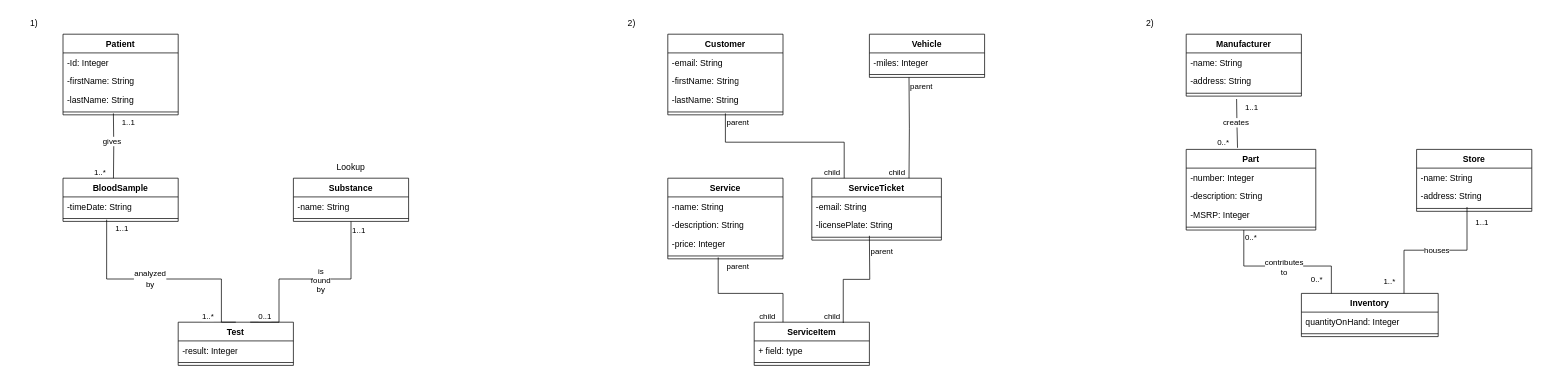
This is Midterm 1 Sample Exam.drawio from Cole-Hartman/database-UML, a draw.io file, before an edit. Source tidied: cells renumbered, new cells numbered last; positions are measured from the earlier drawing's top-left corner, leaving out a move shared by most shapes. Both pictures are drawn from the tidied source at 72%, with x=0, y=0 at pixel (12, 12).
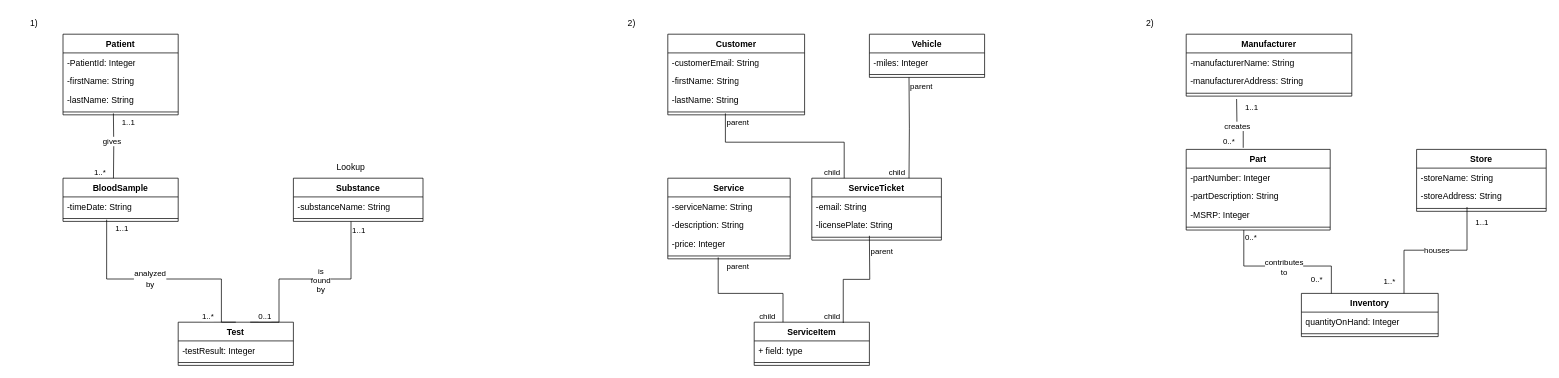
The same page after the edit.

Unchanged cells that the change refers to:
```xml
<mxCell id="3" value="Patient" style="swimlane;fontStyle=1;align=center;verticalAlign=top;horizontal=1;startSize=26;whiteSpace=wrap;html=1;" parent="1" vertex="1">
  <mxGeometry x="70" y="30" width="160" height="112" as="geometry" />
</mxCell>
<mxCell id="14" value="Test" style="swimlane;fontStyle=1;align=center;verticalAlign=top;horizontal=1;startSize=26;whiteSpace=wrap;html=1;" parent="1" vertex="1">
  <mxGeometry x="230" y="430" width="160" height="60" as="geometry" />
</mxCell>
```

Change to the diagram source:
```diff
@@
-    <mxCell id="4" value="-Id: Integer" style="text;strokeColor=none;fillColor=none;align=left;verticalAlign=top;spacingLeft=4;spacingRight=4;overflow=hidden;whiteSpace=wrap;html=1;" parent="3" vertex="1">
+    <mxCell id="4" value="-PatientId: Integer" style="text;strokeColor=none;fillColor=none;align=left;verticalAlign=top;spacingLeft=4;spacingRight=4;overflow=hidden;whiteSpace=wrap;html=1;" parent="3" vertex="1">
       <mxGeometry y="26" width="160" height="26" as="geometry" />
     </mxCell>
@@
     <mxCell id="11" value="Substance" style="swimlane;fontStyle=1;align=center;verticalAlign=top;horizontal=1;startSize=26;whiteSpace=wrap;html=1;" parent="1" vertex="1">
-      <mxGeometry x="390" y="230" width="160" height="60" as="geometry" />
+      <mxGeometry x="390" y="230" width="180" height="60" as="geometry" />
     </mxCell>
-    <mxCell id="12" value="-name: String" style="text;strokeColor=none;fillColor=none;align=left;verticalAlign=top;spacingLeft=4;spacingRight=4;overflow=hidden;whiteSpace=wrap;html=1;" parent="11" vertex="1">
-      <mxGeometry y="26" width="160" height="26" as="geometry" />
+    <mxCell id="12" value="-substanceName: String" style="text;strokeColor=none;fillColor=none;align=left;verticalAlign=top;spacingLeft=4;spacingRight=4;overflow=hidden;whiteSpace=wrap;html=1;" parent="11" vertex="1">
+      <mxGeometry y="26" width="180" height="26" as="geometry" />
     </mxCell>
     <mxCell id="13" style="line;strokeWidth=1;fillColor=none;align=left;verticalAlign=middle;spacingTop=-1;spacingLeft=3;spacingRight=3;labelPosition=right;strokeColor=inherit;" parent="11" vertex="1">
-      <mxGeometry y="52" width="160" height="8" as="geometry" />
+      <mxGeometry y="52" width="180" height="8" as="geometry" />
     </mxCell>
@@
-    <mxCell id="15" value="-result: Integer" style="text;strokeColor=none;fillColor=none;align=left;verticalAlign=top;spacingLeft=4;spacingRight=4;overflow=hidden;whiteSpace=wrap;html=1;" parent="14" vertex="1">
+    <mxCell id="15" value="-testResult: Integer" style="text;strokeColor=none;fillColor=none;align=left;verticalAlign=top;spacingLeft=4;spacingRight=4;overflow=hidden;whiteSpace=wrap;html=1;" parent="14" vertex="1">
       <mxGeometry y="26" width="160" height="26" as="geometry" />
     </mxCell>
@@
     <mxCell id="31" value="Customer" style="swimlane;fontStyle=1;align=center;verticalAlign=top;horizontal=1;startSize=26;whiteSpace=wrap;html=1;" parent="1" vertex="1">
-      <mxGeometry x="910" y="30" width="160" height="112" as="geometry" />
+      <mxGeometry x="910" y="30" width="190" height="112" as="geometry" />
     </mxCell>
-    <mxCell id="32" value="-email: String" style="text;strokeColor=none;fillColor=none;align=left;verticalAlign=top;spacingLeft=4;spacingRight=4;overflow=hidden;whiteSpace=wrap;html=1;" parent="31" vertex="1">
-      <mxGeometry y="26" width="160" height="26" as="geometry" />
+    <mxCell id="32" value="-customerEmail: String" style="text;strokeColor=none;fillColor=none;align=left;verticalAlign=top;spacingLeft=4;spacingRight=4;overflow=hidden;whiteSpace=wrap;html=1;" parent="31" vertex="1">
+      <mxGeometry y="26" width="190" height="26" as="geometry" />
     </mxCell>
     <mxCell id="33" value="-firstName: String" style="text;strokeColor=none;fillColor=none;align=left;verticalAlign=top;spacingLeft=4;spacingRight=4;overflow=hidden;whiteSpace=wrap;html=1;" parent="31" vertex="1">
-      <mxGeometry y="52" width="160" height="26" as="geometry" />
+      <mxGeometry y="52" width="190" height="26" as="geometry" />
     </mxCell>
     <mxCell id="34" value="-lastName: String" style="text;strokeColor=none;fillColor=none;align=left;verticalAlign=top;spacingLeft=4;spacingRight=4;overflow=hidden;whiteSpace=wrap;html=1;" parent="31" vertex="1">
-      <mxGeometry y="78" width="160" height="26" as="geometry" />
+      <mxGeometry y="78" width="190" height="26" as="geometry" />
     </mxCell>
     <mxCell id="35" style="line;strokeWidth=1;fillColor=none;align=left;verticalAlign=middle;spacingTop=-1;spacingLeft=3;spacingRight=3;labelPosition=right;strokeColor=inherit;" parent="31" vertex="1">
-      <mxGeometry y="104" width="160" height="8" as="geometry" />
+      <mxGeometry y="104" width="190" height="8" as="geometry" />
     </mxCell>
@@
     <mxCell id="40" value="Service" style="swimlane;fontStyle=1;align=center;verticalAlign=top;horizontal=1;startSize=26;whiteSpace=wrap;html=1;" parent="1" vertex="1">
-      <mxGeometry x="910" y="230" width="160" height="112" as="geometry" />
+      <mxGeometry x="910" y="230" width="170" height="112" as="geometry" />
     </mxCell>
-    <mxCell id="41" value="-name: String" style="text;strokeColor=none;fillColor=none;align=left;verticalAlign=top;spacingLeft=4;spacingRight=4;overflow=hidden;whiteSpace=wrap;html=1;" parent="40" vertex="1">
-      <mxGeometry y="26" width="160" height="26" as="geometry" />
+    <mxCell id="41" value="-serviceName: String" style="text;strokeColor=none;fillColor=none;align=left;verticalAlign=top;spacingLeft=4;spacingRight=4;overflow=hidden;whiteSpace=wrap;html=1;" parent="40" vertex="1">
+      <mxGeometry y="26" width="170" height="26" as="geometry" />
     </mxCell>
     <mxCell id="42" value="-description: String" style="text;strokeColor=none;fillColor=none;align=left;verticalAlign=top;spacingLeft=4;spacingRight=4;overflow=hidden;whiteSpace=wrap;html=1;" parent="40" vertex="1">
-      <mxGeometry y="52" width="160" height="26" as="geometry" />
+      <mxGeometry y="52" width="170" height="26" as="geometry" />
     </mxCell>
     <mxCell id="43" value="-price: Integer" style="text;strokeColor=none;fillColor=none;align=left;verticalAlign=top;spacingLeft=4;spacingRight=4;overflow=hidden;whiteSpace=wrap;html=1;" parent="40" vertex="1">
-      <mxGeometry y="78" width="160" height="26" as="geometry" />
+      <mxGeometry y="78" width="170" height="26" as="geometry" />
     </mxCell>
     <mxCell id="44" style="line;strokeWidth=1;fillColor=none;align=left;verticalAlign=middle;spacingTop=-1;spacingLeft=3;spacingRight=3;labelPosition=right;strokeColor=inherit;" parent="40" vertex="1">
-      <mxGeometry y="104" width="160" height="8" as="geometry" />
+      <mxGeometry y="104" width="170" height="8" as="geometry" />
     </mxCell>
@@
     <mxCell id="64" value="Manufacturer" style="swimlane;fontStyle=1;align=center;verticalAlign=top;horizontal=1;startSize=26;whiteSpace=wrap;html=1;" parent="1" vertex="1">
-      <mxGeometry x="1630" y="30" width="160" height="86" as="geometry" />
+      <mxGeometry x="1630" y="30" width="230" height="86" as="geometry" />
     </mxCell>
-    <mxCell id="65" value="-name: String" style="text;strokeColor=none;fillColor=none;align=left;verticalAlign=top;spacingLeft=4;spacingRight=4;overflow=hidden;whiteSpace=wrap;html=1;" parent="64" vertex="1">
-      <mxGeometry y="26" width="160" height="26" as="geometry" />
+    <mxCell id="65" value="-manufacturerName: String" style="text;strokeColor=none;fillColor=none;align=left;verticalAlign=top;spacingLeft=4;spacingRight=4;overflow=hidden;whiteSpace=wrap;html=1;" parent="64" vertex="1">
+      <mxGeometry y="26" width="230" height="26" as="geometry" />
     </mxCell>
-    <mxCell id="66" value="-address: String" style="text;strokeColor=none;fillColor=none;align=left;verticalAlign=top;spacingLeft=4;spacingRight=4;overflow=hidden;whiteSpace=wrap;html=1;" parent="64" vertex="1">
-      <mxGeometry y="52" width="160" height="26" as="geometry" />
+    <mxCell id="66" value="-manufacturerAddress: String" style="text;strokeColor=none;fillColor=none;align=left;verticalAlign=top;spacingLeft=4;spacingRight=4;overflow=hidden;whiteSpace=wrap;html=1;" parent="64" vertex="1">
+      <mxGeometry y="52" width="230" height="26" as="geometry" />
     </mxCell>
     <mxCell id="67" style="line;strokeWidth=1;fillColor=none;align=left;verticalAlign=middle;spacingTop=-1;spacingLeft=3;spacingRight=3;labelPosition=right;strokeColor=inherit;" parent="64" vertex="1">
-      <mxGeometry y="78" width="160" height="8" as="geometry" />
+      <mxGeometry y="78" width="230" height="8" as="geometry" />
     </mxCell>
     <mxCell id="68" value="Part" style="swimlane;fontStyle=1;align=center;verticalAlign=top;horizontal=1;startSize=26;whiteSpace=wrap;html=1;" parent="1" vertex="1">
-      <mxGeometry x="1630" y="190" width="180" height="112" as="geometry" />
+      <mxGeometry x="1630" y="190" width="200" height="112" as="geometry" />
     </mxCell>
-    <mxCell id="69" value="-number: Integer" style="text;strokeColor=none;fillColor=none;align=left;verticalAlign=top;spacingLeft=4;spacingRight=4;overflow=hidden;whiteSpace=wrap;html=1;" parent="68" vertex="1">
-      <mxGeometry y="26" width="180" height="26" as="geometry" />
+    <mxCell id="69" value="-partNumber: Integer" style="text;strokeColor=none;fillColor=none;align=left;verticalAlign=top;spacingLeft=4;spacingRight=4;overflow=hidden;whiteSpace=wrap;html=1;" parent="68" vertex="1">
+      <mxGeometry y="26" width="200" height="26" as="geometry" />
     </mxCell>
-    <mxCell id="70" value="-description: String" style="text;strokeColor=none;fillColor=none;align=left;verticalAlign=top;spacingLeft=4;spacingRight=4;overflow=hidden;whiteSpace=wrap;html=1;" parent="68" vertex="1">
-      <mxGeometry y="52" width="180" height="26" as="geometry" />
+    <mxCell id="70" value="-partDescription: String" style="text;strokeColor=none;fillColor=none;align=left;verticalAlign=top;spacingLeft=4;spacingRight=4;overflow=hidden;whiteSpace=wrap;html=1;" parent="68" vertex="1">
+      <mxGeometry y="52" width="200" height="26" as="geometry" />
     </mxCell>
     <mxCell id="71" value="-MSRP: Integer" style="text;strokeColor=none;fillColor=none;align=left;verticalAlign=top;spacingLeft=4;spacingRight=4;overflow=hidden;whiteSpace=wrap;html=1;" parent="68" vertex="1">
-      <mxGeometry y="78" width="180" height="26" as="geometry" />
+      <mxGeometry y="78" width="200" height="26" as="geometry" />
     </mxCell>
     <mxCell id="72" style="line;strokeWidth=1;fillColor=none;align=left;verticalAlign=middle;spacingTop=-1;spacingLeft=3;spacingRight=3;labelPosition=right;strokeColor=inherit;" parent="68" vertex="1">
-      <mxGeometry y="104" width="180" height="8" as="geometry" />
+      <mxGeometry y="104" width="200" height="8" as="geometry" />
     </mxCell>
@@
     <mxCell id="77" value="Store" style="swimlane;fontStyle=1;align=center;verticalAlign=top;horizontal=1;startSize=26;whiteSpace=wrap;html=1;" parent="1" vertex="1">
-      <mxGeometry x="1950" y="190" width="160" height="86" as="geometry" />
+      <mxGeometry x="1950" y="190" width="180" height="86" as="geometry" />
     </mxCell>
-    <mxCell id="78" value="-name: String" style="text;strokeColor=none;fillColor=none;align=left;verticalAlign=top;spacingLeft=4;spacingRight=4;overflow=hidden;whiteSpace=wrap;html=1;" parent="77" vertex="1">
-      <mxGeometry y="26" width="160" height="26" as="geometry" />
+    <mxCell id="78" value="-storeName: String" style="text;strokeColor=none;fillColor=none;align=left;verticalAlign=top;spacingLeft=4;spacingRight=4;overflow=hidden;whiteSpace=wrap;html=1;" parent="77" vertex="1">
+      <mxGeometry y="26" width="180" height="26" as="geometry" />
     </mxCell>
-    <mxCell id="79" value="-address: String" style="text;strokeColor=none;fillColor=none;align=left;verticalAlign=top;spacingLeft=4;spacingRight=4;overflow=hidden;whiteSpace=wrap;html=1;" parent="77" vertex="1">
-      <mxGeometry y="52" width="160" height="26" as="geometry" />
+    <mxCell id="79" value="-storeAddress: String" style="text;strokeColor=none;fillColor=none;align=left;verticalAlign=top;spacingLeft=4;spacingRight=4;overflow=hidden;whiteSpace=wrap;html=1;" parent="77" vertex="1">
+      <mxGeometry y="52" width="180" height="26" as="geometry" />
     </mxCell>
     <mxCell id="80" style="line;strokeWidth=1;fillColor=none;align=left;verticalAlign=middle;spacingTop=-1;spacingLeft=3;spacingRight=3;labelPosition=right;strokeColor=inherit;" parent="77" vertex="1">
-      <mxGeometry y="78" width="160" height="8" as="geometry" />
+      <mxGeometry y="78" width="180" height="8" as="geometry" />
     </mxCell>
```
